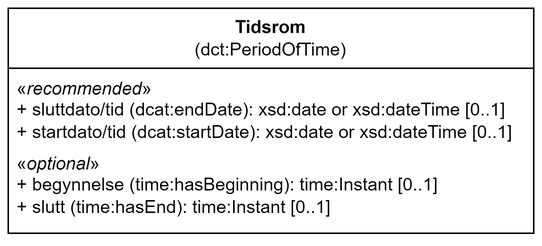
This is docs/images/Klassen-Tidsrom.png from Informasjonsforvaltning/dcat-ap-no, a draw.io export, as it was before one commit. Source tidied: cells renumbered, new cells last; positions are measured from the earlier drawing's top-left corner, leaving out a move shared by most shapes.
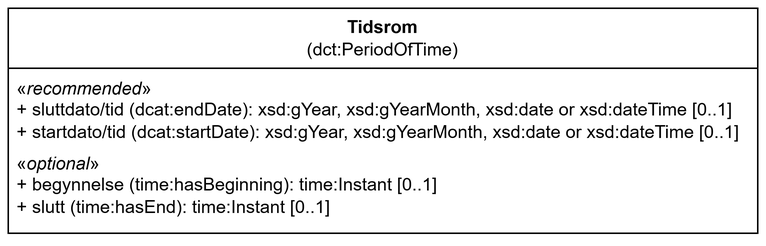
Later version of the same file.

Commit message:
... tegningen må også oppdateres

The edit, as a diff of the source:
```diff
@@ -3,10 +3,10 @@
     <mxCell id="0" />
     <mxCell id="1" parent="0" />
     <mxCell id="2" value="&lt;span style=&quot;background-color: initial;&quot;&gt;Tidsrom&lt;br&gt;&lt;/span&gt;&lt;span style=&quot;background-color: initial;&quot;&gt;&lt;span style=&quot;font-weight: normal;&quot;&gt;(dct:PeriodOfTime)&lt;/span&gt;&lt;/span&gt;" style="swimlane;whiteSpace=wrap;html=1;startSize=40;" parent="1" vertex="1">
-      <mxGeometry width="350" height="150" as="geometry" />
+      <mxGeometry width="500" height="150" as="geometry" />
     </mxCell>
-    <mxCell id="3" value="&lt;div&gt;«&lt;i&gt;recommended&lt;/i&gt;»&lt;/div&gt;&lt;div&gt;&lt;div&gt;&lt;div&gt;+ sluttdato/tid (dcat:endDate): xsd:date or xsd:dateTime [0..1]&lt;/div&gt;&lt;div&gt;+ startdato/tid (dcat:startDate): xsd:date or xsd:dateTime [0..1]&lt;/div&gt;&lt;/div&gt;&lt;/div&gt;" style="text;strokeColor=none;fillColor=none;align=left;verticalAlign=top;spacingLeft=4;spacingRight=4;overflow=hidden;whiteSpace=wrap;html=1;" parent="2" vertex="1">
-      <mxGeometry y="40" width="350" height="60" as="geometry" />
+    <mxCell id="3" value="&lt;div&gt;«&lt;i&gt;recommended&lt;/i&gt;»&lt;/div&gt;&lt;div&gt;&lt;div&gt;&lt;div&gt;+ sluttdato/tid (dcat:endDate): xsd:gYear, xsd:gYearMonth, xsd:date or xsd:dateTime [0..1]&lt;/div&gt;&lt;div&gt;+ startdato/tid (dcat:startDate): xsd:gYear, xsd:gYearMonth, xsd:date or xsd:dateTime [0..1]&lt;/div&gt;&lt;/div&gt;&lt;/div&gt;" style="text;strokeColor=none;fillColor=none;align=left;verticalAlign=top;spacingLeft=4;spacingRight=4;overflow=hidden;whiteSpace=wrap;html=1;" parent="2" vertex="1">
+      <mxGeometry y="40" width="500" height="60" as="geometry" />
     </mxCell>
     <mxCell id="4" value="&lt;div&gt;«&lt;i&gt;optional&lt;/i&gt;»&lt;/div&gt;&lt;div&gt;+ begynnelse (time:hasBeginning): time:Instant [0..1]&lt;/div&gt;&lt;div&gt;+ slutt (time:hasEnd): time:Instant [0..1]&lt;/div&gt;" style="text;strokeColor=none;fillColor=none;align=left;verticalAlign=top;spacingLeft=4;spacingRight=4;overflow=hidden;whiteSpace=wrap;html=1;" parent="2" vertex="1">
       <mxGeometry y="90" width="350" height="60" as="geometry" />
```
